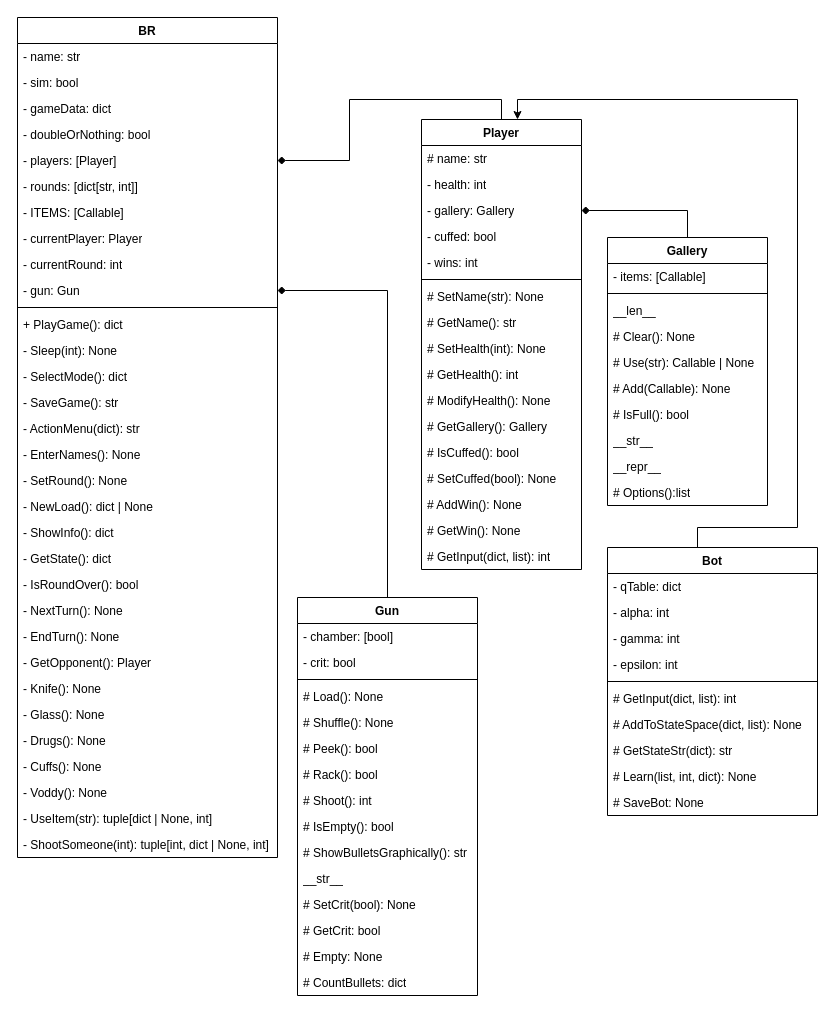
This is BR_OOPDiagram.drawio from StreetTT/BackshotRoulette, a draw.io file, before an edit. Source tidied: cells renumbered, new cells numbered last; positions are measured from the earlier drawing's top-left corner, leaving out a move shared by most shapes. Both pictures are drawn from the tidied source at 100%, with x=0, y=0 at pixel (17, 17).
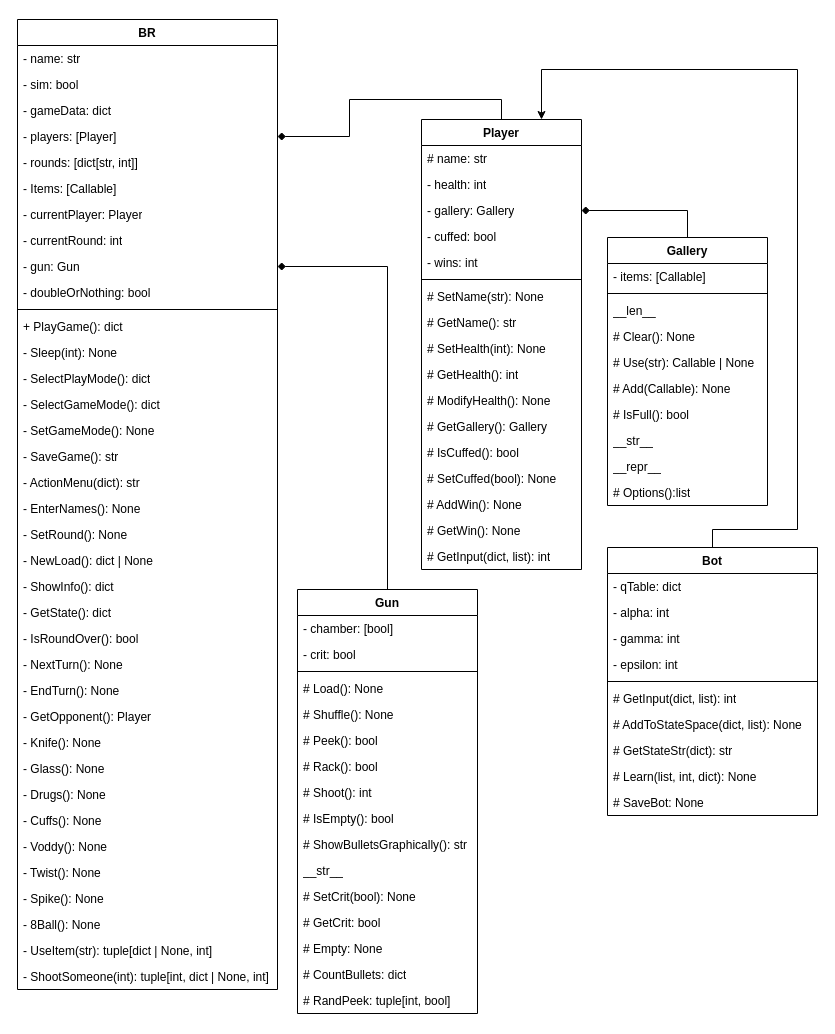
Above is the later version.

The change refers to these unchanged cells:
```xml
<mxCell id="36" value="Player" style="swimlane;fontStyle=1;align=center;verticalAlign=top;horizontal=1;startSize=26;whiteSpace=wrap;html=1;" parent="1" vertex="1">
  <mxGeometry x="404" y="102" width="160" height="450" as="geometry" />
</mxCell>
<mxCell id="84" value="Bot" style="swimlane;fontStyle=1;align=center;verticalAlign=top;horizontal=1;startSize=26;whiteSpace=wrap;html=1;" parent="1" vertex="1">
  <mxGeometry x="590" y="530" width="210" height="268" as="geometry" />
</mxCell>
```

The edit, as a diff of the source:
```diff
@@
     <mxCell id="2" value="BR" style="swimlane;fontStyle=1;align=center;verticalAlign=top;horizontal=1;startSize=26;whiteSpace=wrap;html=1;" parent="1" vertex="1">
-      <mxGeometry width="260" height="840" as="geometry" />
+      <mxGeometry y="2" width="260" height="970" as="geometry" />
     </mxCell>
@@
-    <mxCell id="6" value="- doubleOrNothing: bool" style="text;strokeColor=none;fillColor=none;align=left;verticalAlign=top;spacingLeft=4;spacingRight=4;overflow=hidden;whiteSpace=wrap;html=1;" parent="2" vertex="1">
-      <mxGeometry y="104" width="260" height="26" as="geometry" />
-    </mxCell>
     <mxCell id="7" value="- players: [Player]" style="text;strokeColor=none;fillColor=none;align=left;verticalAlign=top;spacingLeft=4;spacingRight=4;overflow=hidden;points=[[0,0.5],[1,0.5]];portConstraint=eastwest;whiteSpace=wrap;html=1;" parent="2" vertex="1">
-      <mxGeometry y="130" width="260" height="26" as="geometry" />
+      <mxGeometry y="104" width="260" height="26" as="geometry" />
     </mxCell>
     <mxCell id="8" value="- rounds: [dict[str, int]]" style="text;strokeColor=none;fillColor=none;align=left;verticalAlign=top;spacingLeft=4;spacingRight=4;overflow=hidden;whiteSpace=wrap;html=1;" parent="2" vertex="1">
-      <mxGeometry y="156" width="260" height="26" as="geometry" />
+      <mxGeometry y="130" width="260" height="26" as="geometry" />
     </mxCell>
-    <mxCell id="9" value="- ITEMS: [Callable]" style="text;strokeColor=none;fillColor=none;align=left;verticalAlign=top;spacingLeft=4;spacingRight=4;overflow=hidden;whiteSpace=wrap;html=1;" parent="2" vertex="1">
-      <mxGeometry y="182" width="260" height="26" as="geometry" />
+    <mxCell id="9" value="- Items: [Callable]" style="text;strokeColor=none;fillColor=none;align=left;verticalAlign=top;spacingLeft=4;spacingRight=4;overflow=hidden;whiteSpace=wrap;html=1;" parent="2" vertex="1">
+      <mxGeometry y="156" width="260" height="26" as="geometry" />
     </mxCell>
     <mxCell id="10" value="- currentPlayer: Player" style="text;strokeColor=none;fillColor=none;align=left;verticalAlign=top;spacingLeft=4;spacingRight=4;overflow=hidden;whiteSpace=wrap;html=1;" parent="2" vertex="1">
-      <mxGeometry y="208" width="260" height="26" as="geometry" />
+      <mxGeometry y="182" width="260" height="26" as="geometry" />
     </mxCell>
     <mxCell id="11" value="- currentRound: int" style="text;strokeColor=none;fillColor=none;align=left;verticalAlign=top;spacingLeft=4;spacingRight=4;overflow=hidden;whiteSpace=wrap;html=1;" parent="2" vertex="1">
-      <mxGeometry y="234" width="260" height="26" as="geometry" />
+      <mxGeometry y="208" width="260" height="26" as="geometry" />
     </mxCell>
     <mxCell id="12" value="- gun: Gun" style="text;strokeColor=none;fillColor=none;align=left;verticalAlign=top;spacingLeft=4;spacingRight=4;overflow=hidden;points=[[0,0.5],[1,0.5]];portConstraint=eastwest;whiteSpace=wrap;html=1;" parent="2" vertex="1">
-      <mxGeometry y="260" width="260" height="26" as="geometry" />
+      <mxGeometry y="234" width="260" height="26" as="geometry" />
     </mxCell>
+    <mxCell id="6" value="- doubleOrNothing: bool" style="text;strokeColor=none;fillColor=none;align=left;verticalAlign=top;spacingLeft=4;spacingRight=4;overflow=hidden;whiteSpace=wrap;html=1;" parent="2" vertex="1">
+      <mxGeometry y="260" width="260" height="26" as="geometry" />
+    </mxCell>
@@
-    <mxCell id="16" value="- SelectMode(): dict" style="text;strokeColor=none;fillColor=none;align=left;verticalAlign=top;spacingLeft=4;spacingRight=4;overflow=hidden;whiteSpace=wrap;html=1;" parent="2" vertex="1">
+    <mxCell id="16" value="- SelectPlayMode(): dict" style="text;strokeColor=none;fillColor=none;align=left;verticalAlign=top;spacingLeft=4;spacingRight=4;overflow=hidden;whiteSpace=wrap;html=1;" parent="2" vertex="1">
       <mxGeometry y="346" width="260" height="26" as="geometry" />
     </mxCell>
+    <mxCell id="95" value="- SelectGameMode(): dict" style="text;strokeColor=none;fillColor=none;align=left;verticalAlign=top;spacingLeft=4;spacingRight=4;overflow=hidden;whiteSpace=wrap;html=1;" parent="2" vertex="1">
+      <mxGeometry y="372" width="260" height="26" as="geometry" />
+    </mxCell>
+    <mxCell id="96" value="- SetGameMode(): None" style="text;strokeColor=none;fillColor=none;align=left;verticalAlign=top;spacingLeft=4;spacingRight=4;overflow=hidden;whiteSpace=wrap;html=1;" parent="2" vertex="1">
+      <mxGeometry y="398" width="260" height="26" as="geometry" />
+    </mxCell>
     <mxCell id="17" value="- SaveGame(): str" style="text;strokeColor=none;fillColor=none;align=left;verticalAlign=top;spacingLeft=4;spacingRight=4;overflow=hidden;whiteSpace=wrap;html=1;" parent="2" vertex="1">
-      <mxGeometry y="372" width="260" height="26" as="geometry" />
+      <mxGeometry y="424" width="260" height="26" as="geometry" />
     </mxCell>
     <mxCell id="18" value="- ActionMenu(dict): str" style="text;strokeColor=none;fillColor=none;align=left;verticalAlign=top;spacingLeft=4;spacingRight=4;overflow=hidden;whiteSpace=wrap;html=1;" parent="2" vertex="1">
-      <mxGeometry y="398" width="260" height="26" as="geometry" />
+      <mxGeometry y="450" width="260" height="26" as="geometry" />
     </mxCell>
     <mxCell id="19" value="- EnterNames(): None" style="text;strokeColor=none;fillColor=none;align=left;verticalAlign=top;spacingLeft=4;spacingRight=4;overflow=hidden;whiteSpace=wrap;html=1;" parent="2" vertex="1">
-      <mxGeometry y="424" width="260" height="26" as="geometry" />
+      <mxGeometry y="476" width="260" height="26" as="geometry" />
     </mxCell>
     <mxCell id="20" value="- SetRound(): None" style="text;strokeColor=none;fillColor=none;align=left;verticalAlign=top;spacingLeft=4;spacingRight=4;overflow=hidden;whiteSpace=wrap;html=1;" parent="2" vertex="1">
-      <mxGeometry y="450" width="260" height="26" as="geometry" />
+      <mxGeometry y="502" width="260" height="26" as="geometry" />
     </mxCell>
     <mxCell id="21" value="- NewLoad(): dict | None" style="text;strokeColor=none;fillColor=none;align=left;verticalAlign=top;spacingLeft=4;spacingRight=4;overflow=hidden;whiteSpace=wrap;html=1;" parent="2" vertex="1">
-      <mxGeometry y="476" width="260" height="26" as="geometry" />
+      <mxGeometry y="528" width="260" height="26" as="geometry" />
     </mxCell>
     <mxCell id="22" value="- ShowInfo(): dict" style="text;strokeColor=none;fillColor=none;align=left;verticalAlign=top;spacingLeft=4;spacingRight=4;overflow=hidden;whiteSpace=wrap;html=1;" parent="2" vertex="1">
-      <mxGeometry y="502" width="260" height="26" as="geometry" />
+      <mxGeometry y="554" width="260" height="26" as="geometry" />
     </mxCell>
     <mxCell id="23" value="- GetState(): dict" style="text;strokeColor=none;fillColor=none;align=left;verticalAlign=top;spacingLeft=4;spacingRight=4;overflow=hidden;whiteSpace=wrap;html=1;" parent="2" vertex="1">
-      <mxGeometry y="528" width="260" height="26" as="geometry" />
+      <mxGeometry y="580" width="260" height="26" as="geometry" />
     </mxCell>
     <mxCell id="24" value="- IsRoundOver(): bool" style="text;strokeColor=none;fillColor=none;align=left;verticalAlign=top;spacingLeft=4;spacingRight=4;overflow=hidden;whiteSpace=wrap;html=1;" parent="2" vertex="1">
-      <mxGeometry y="554" width="260" height="26" as="geometry" />
+      <mxGeometry y="606" width="260" height="26" as="geometry" />
     </mxCell>
     <mxCell id="25" value="- NextTurn(): None" style="text;strokeColor=none;fillColor=none;align=left;verticalAlign=top;spacingLeft=4;spacingRight=4;overflow=hidden;whiteSpace=wrap;html=1;" parent="2" vertex="1">
-      <mxGeometry y="580" width="260" height="26" as="geometry" />
+      <mxGeometry y="632" width="260" height="26" as="geometry" />
     </mxCell>
     <mxCell id="26" value="- EndTurn(): None" style="text;strokeColor=none;fillColor=none;align=left;verticalAlign=top;spacingLeft=4;spacingRight=4;overflow=hidden;whiteSpace=wrap;html=1;" parent="2" vertex="1">
-      <mxGeometry y="606" width="260" height="26" as="geometry" />
+      <mxGeometry y="658" width="260" height="26" as="geometry" />
     </mxCell>
     <mxCell id="27" value="- GetOpponent(): Player" style="text;strokeColor=none;fillColor=none;align=left;verticalAlign=top;spacingLeft=4;spacingRight=4;overflow=hidden;whiteSpace=wrap;html=1;" parent="2" vertex="1">
-      <mxGeometry y="632" width="260" height="26" as="geometry" />
+      <mxGeometry y="684" width="260" height="26" as="geometry" />
     </mxCell>
     <mxCell id="28" value="- Knife(): None" style="text;strokeColor=none;fillColor=none;align=left;verticalAlign=top;spacingLeft=4;spacingRight=4;overflow=hidden;whiteSpace=wrap;html=1;" parent="2" vertex="1">
-      <mxGeometry y="658" width="260" height="26" as="geometry" />
+      <mxGeometry y="710" width="260" height="26" as="geometry" />
     </mxCell>
     <mxCell id="29" value="- Glass(): None" style="text;strokeColor=none;fillColor=none;align=left;verticalAlign=top;spacingLeft=4;spacingRight=4;overflow=hidden;whiteSpace=wrap;html=1;" parent="2" vertex="1">
-      <mxGeometry y="684" width="260" height="26" as="geometry" />
+      <mxGeometry y="736" width="260" height="26" as="geometry" />
     </mxCell>
     <mxCell id="30" value="- Drugs(): None" style="text;strokeColor=none;fillColor=none;align=left;verticalAlign=top;spacingLeft=4;spacingRight=4;overflow=hidden;whiteSpace=wrap;html=1;" parent="2" vertex="1">
-      <mxGeometry y="710" width="260" height="26" as="geometry" />
+      <mxGeometry y="762" width="260" height="26" as="geometry" />
     </mxCell>
     <mxCell id="31" value="- Cuffs(): None" style="text;strokeColor=none;fillColor=none;align=left;verticalAlign=top;spacingLeft=4;spacingRight=4;overflow=hidden;whiteSpace=wrap;html=1;" parent="2" vertex="1">
-      <mxGeometry y="736" width="260" height="26" as="geometry" />
+      <mxGeometry y="788" width="260" height="26" as="geometry" />
     </mxCell>
     <mxCell id="32" value="- Voddy(): None" style="text;strokeColor=none;fillColor=none;align=left;verticalAlign=top;spacingLeft=4;spacingRight=4;overflow=hidden;whiteSpace=wrap;html=1;" parent="2" vertex="1">
-      <mxGeometry y="762" width="260" height="26" as="geometry" />
+      <mxGeometry y="814" width="260" height="26" as="geometry" />
     </mxCell>
+    <mxCell id="97" value="- Twist(): None" style="text;strokeColor=none;fillColor=none;align=left;verticalAlign=top;spacingLeft=4;spacingRight=4;overflow=hidden;whiteSpace=wrap;html=1;" parent="2" vertex="1">
+      <mxGeometry y="840" width="260" height="26" as="geometry" />
+    </mxCell>
+    <mxCell id="98" value="- Spike(): None" style="text;strokeColor=none;fillColor=none;align=left;verticalAlign=top;spacingLeft=4;spacingRight=4;overflow=hidden;whiteSpace=wrap;html=1;" parent="2" vertex="1">
+      <mxGeometry y="866" width="260" height="26" as="geometry" />
+    </mxCell>
+    <mxCell id="99" value="- 8Ball(): None" style="text;strokeColor=none;fillColor=none;align=left;verticalAlign=top;spacingLeft=4;spacingRight=4;overflow=hidden;whiteSpace=wrap;html=1;" parent="2" vertex="1">
+      <mxGeometry y="892" width="260" height="26" as="geometry" />
+    </mxCell>
     <mxCell id="33" value="- UseItem(str): tuple[dict | None, int]" style="text;strokeColor=none;fillColor=none;align=left;verticalAlign=top;spacingLeft=4;spacingRight=4;overflow=hidden;whiteSpace=wrap;html=1;" parent="2" vertex="1">
-      <mxGeometry y="788" width="260" height="26" as="geometry" />
+      <mxGeometry y="918" width="260" height="26" as="geometry" />
     </mxCell>
     <mxCell id="34" value="- ShootSomeone(int): tuple[int, dict | None, int]" style="text;strokeColor=none;fillColor=none;align=left;verticalAlign=top;spacingLeft=4;spacingRight=4;overflow=hidden;whiteSpace=wrap;html=1;" parent="2" vertex="1">
-      <mxGeometry y="814" width="260" height="26" as="geometry" />
+      <mxGeometry y="944" width="260" height="26" as="geometry" />
     </mxCell>
@@
     <mxCell id="55" value="Gun" style="swimlane;fontStyle=1;align=center;verticalAlign=top;horizontal=1;startSize=26;whiteSpace=wrap;html=1;" parent="1" vertex="1">
-      <mxGeometry x="280" y="580" width="180" height="398" as="geometry" />
+      <mxGeometry x="280" y="572" width="180" height="424" as="geometry" />
     </mxCell>
@@
+    <mxCell id="100" value="# RandPeek: tuple[int, bool]" style="text;strokeColor=none;fillColor=none;align=left;verticalAlign=top;spacingLeft=4;spacingRight=4;overflow=hidden;whiteSpace=wrap;html=1;" parent="55" vertex="1">
+      <mxGeometry y="398" width="180" height="26" as="geometry" />
+    </mxCell>
@@
-    <mxCell id="83" style="edgeStyle=orthogonalEdgeStyle;rounded=0;jettySize=auto;html=1;exitX=0.5;exitY=0;exitDx=0;exitDy=0;" parent="1" edge="1" source="84" target="36">
+    <mxCell id="83" style="edgeStyle=orthogonalEdgeStyle;rounded=0;jettySize=auto;html=1;exitX=0.5;exitY=0;exitDx=0;exitDy=0;entryX=0.75;entryY=0;entryDx=0;entryDy=0;" parent="1" edge="1" source="84" target="36">
       <mxGeometry relative="1" as="geometry">
         <Array as="points">
-          <mxPoint x="680" y="510" />
-          <mxPoint x="780" y="510" />
-          <mxPoint x="780" y="82" />
-          <mxPoint x="500" y="82" />
+          <mxPoint x="695" y="512" />
+          <mxPoint x="780" y="512" />
+          <mxPoint x="780" y="52" />
+          <mxPoint x="524" y="52" />
         </Array>
       </mxGeometry>
     </mxCell>
```
